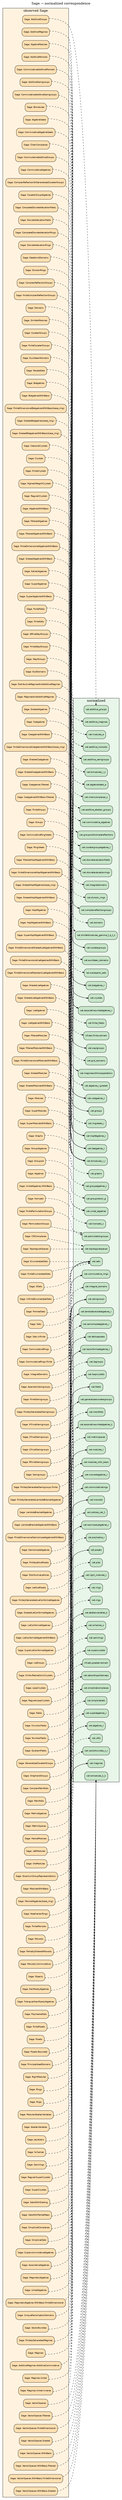
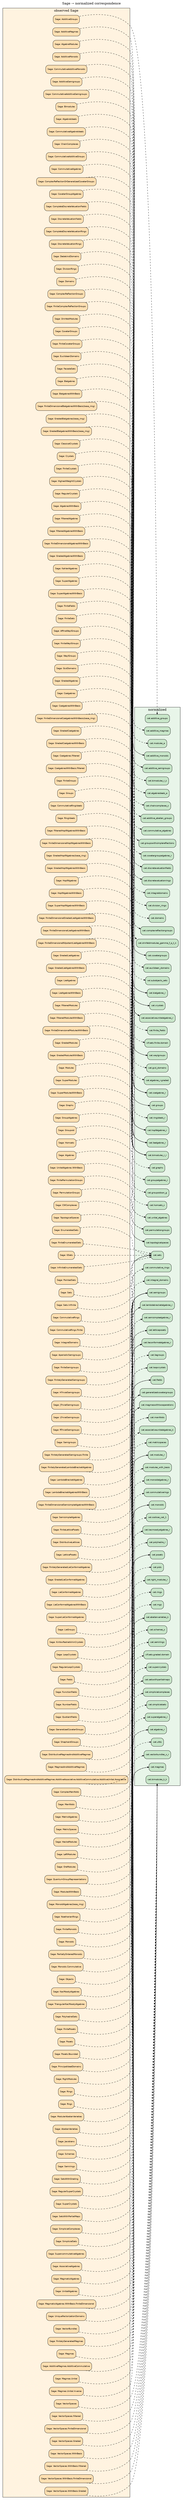
// GENERATED from observed + mapping + normalized ids
digraph SageToNormalized {
  graph [rankdir=LR, labelloc=t, label="Sage → normalized correspondence"];
  node [shape=box, style="rounded,filled", fontname="Helvetica", fontsize=9];
  edge [arrowsize=0.65];

  subgraph cluster_sage {
    label="observed Sage";
    style=filled; fillcolor="#fff3e0";
    "sage.category.additive_groups_additivegroups" [label="Sage: AdditiveGroups", kind="sage_category", fillcolor="#ffe0b2"];
    "sage.category.additive_magmas_additivemagmas" [label="Sage: AdditiveMagmas", kind="sage_category", fillcolor="#ffe0b2"];
    "sage.category.additive_monoids_additivemonoids" [label="Sage: AdditiveMonoids", kind="sage_category", fillcolor="#ffe0b2"];
    "sage.category.additive_semigroups_additivesemigroups" [label="Sage: AdditiveSemigroups", kind="sage_category", fillcolor="#ffe0b2"];
    "sage.category.affine_weyl_groups_affineweylgroups" [label="Sage: AffineWeylGroups", kind="sage_category", fillcolor="#ffe0b2"];
    "sage.category.algebra_ideals_algebraideals" [label="Sage: AlgebraIdeals", kind="sage_category", fillcolor="#ffe0b2"];
    "sage.category.algebra_modules_algebramodules" [label="Sage: AlgebraModules", kind="sage_category", fillcolor="#ffe0b2"];
    "sage.category.algebras_algebras" [label="Sage: Algebras", kind="sage_category", fillcolor="#ffe0b2"];
    "sage.category.algebras_with_basis_algebraswithbasis" [label="Sage: AlgebrasWithBasis", kind="sage_category", fillcolor="#ffe0b2"];
    "sage.category.aperiodic_semigroups_aperiodicsemigroups" [label="Sage: AperiodicSemigroups", kind="sage_category", fillcolor="#ffe0b2"];
    "sage.category.associative_algebras_associativealgebras" [label="Sage: AssociativeAlgebras", kind="sage_category", fillcolor="#ffe0b2"];
    "sage.category.bialgebras_bialgebras" [label="Sage: Bialgebras", kind="sage_category", fillcolor="#ffe0b2"];
    "sage.category.bialgebras_with_basis_bialgebraswithbasis" [label="Sage: BialgebrasWithBasis", kind="sage_category", fillcolor="#ffe0b2"];
    "sage.category.bimodules_bimodules" [label="Sage: Bimodules", kind="sage_category", fillcolor="#ffe0b2"];
    "sage.category.chain_complexes_chaincomplexes" [label="Sage: ChainComplexes", kind="sage_category", fillcolor="#ffe0b2"];
    "sage.category.classical_crystals_classicalcrystals" [label="Sage: ClassicalCrystals", kind="sage_category", fillcolor="#ffe0b2"];
    "sage.category.coalgebras_coalgebras" [label="Sage: Coalgebras", kind="sage_category", fillcolor="#ffe0b2"];
    "sage.category.coalgebras_with_basis_coalgebraswithbasis" [label="Sage: CoalgebrasWithBasis", kind="sage_category", fillcolor="#ffe0b2"];
    "sage.category.commutative_additive_groups_commutativeadditivegroups" [label="Sage: CommutativeAdditiveGroups", kind="sage_category", fillcolor="#ffe0b2"];
    "sage.category.commutative_additive_monoids_commutativeadditivemonoids" [label="Sage: CommutativeAdditiveMonoids", kind="sage_category", fillcolor="#ffe0b2"];
    "sage.category.commutative_additive_semigroups_commutativeadditivesemigroups" [label="Sage: CommutativeAdditiveSemigroups", kind="sage_category", fillcolor="#ffe0b2"];
    "sage.category.commutative_algebra_ideals_commutativealgebraideals" [label="Sage: CommutativeAlgebraIdeals", kind="sage_category", fillcolor="#ffe0b2"];
    "sage.category.commutative_algebras_commutativealgebras" [label="Sage: CommutativeAlgebras", kind="sage_category", fillcolor="#ffe0b2"];
    "sage.category.commutative_ring_ideals_commutativeringideals" [label="Sage: CommutativeRingIdeals", kind="sage_category", fillcolor="#ffe0b2"];
    "sage.category.commutative_rings_commutativerings" [label="Sage: CommutativeRings", kind="sage_category", fillcolor="#ffe0b2"];
    "sage.category.complete_discrete_valuation_completediscretevaluationfields" [label="Sage: CompleteDiscreteValuationFields", kind="sage_category", fillcolor="#ffe0b2"];
    "sage.category.complete_discrete_valuation_completediscretevaluationrings" [label="Sage: CompleteDiscreteValuationRings", kind="sage_category", fillcolor="#ffe0b2"];
    "sage.category.complex_reflection_groups_complexreflectiongroups" [label="Sage: ComplexReflectionGroups", kind="sage_category", fillcolor="#ffe0b2"];
    "sage.category.complex_reflection_or_generalized_coxeter_groups_complexreflectionorgeneralizedcoxetergroups" [label="Sage: ComplexReflectionOrGeneralizedCoxeterGroups", kind="sage_category", fillcolor="#ffe0b2"];
    "sage.category.coxeter_group_algebras_coxetergroupalgebras" [label="Sage: CoxeterGroupAlgebras", kind="sage_category", fillcolor="#ffe0b2"];
    "sage.category.coxeter_groups_coxetergroups" [label="Sage: CoxeterGroups", kind="sage_category", fillcolor="#ffe0b2"];
    "sage.category.crystals_crystals" [label="Sage: Crystals", kind="sage_category", fillcolor="#ffe0b2"];
    "sage.category.cw_complexes_cwcomplexes" [label="Sage: CWComplexes", kind="sage_category", fillcolor="#ffe0b2"];
    "sage.category.dedekind_domains_dedekinddomains" [label="Sage: DedekindDomains", kind="sage_category", fillcolor="#ffe0b2"];
    "sage.category.discrete_valuation_discretevaluationfields" [label="Sage: DiscreteValuationFields", kind="sage_category", fillcolor="#ffe0b2"];
    "sage.category.discrete_valuation_discretevaluationrings" [label="Sage: DiscreteValuationRings", kind="sage_category", fillcolor="#ffe0b2"];
    "sage.category.distributive_magmas_and_additive_magmas_distributivemagmasandadditivemagmas" [label="Sage: DistributiveMagmasAndAdditiveMagmas", kind="sage_category", fillcolor="#ffe0b2"];
    "sage.category.division_rings_divisionrings" [label="Sage: DivisionRings", kind="sage_category", fillcolor="#ffe0b2"];
    "sage.category.domains_domains" [label="Sage: Domains", kind="sage_category", fillcolor="#ffe0b2"];
    "sage.category.drinfeld_modules_drinfeldmodules" [label="Sage: DrinfeldModules", kind="sage_category", fillcolor="#ffe0b2"];
    "sage.category.enumerated_sets_enumeratedsets" [label="Sage: EnumeratedSets", kind="sage_category", fillcolor="#ffe0b2"];
    "sage.category.euclidean_domains_euclideandomains" [label="Sage: EuclideanDomains", kind="sage_category", fillcolor="#ffe0b2"];
    "sage.category.facade_sets_facadesets" [label="Sage: FacadeSets", kind="sage_category", fillcolor="#ffe0b2"];
    "sage.category.fields_fields" [label="Sage: Fields", kind="sage_category", fillcolor="#ffe0b2"];
    "sage.category.filtered_algebras_filteredalgebras" [label="Sage: FilteredAlgebras", kind="sage_category", fillcolor="#ffe0b2"];
    "sage.category.filtered_algebras_with_basis_filteredalgebraswithbasis" [label="Sage: FilteredAlgebrasWithBasis", kind="sage_category", fillcolor="#ffe0b2"];
    "sage.category.filtered_hopf_algebras_with_basis_filteredhopfalgebraswithbasis" [label="Sage: FilteredHopfAlgebrasWithBasis", kind="sage_category", fillcolor="#ffe0b2"];
    "sage.category.filtered_modules_filteredmodules" [label="Sage: FilteredModules", kind="sage_category", fillcolor="#ffe0b2"];
    "sage.category.filtered_modules_with_basis_filteredmoduleswithbasis" [label="Sage: FilteredModulesWithBasis", kind="sage_category", fillcolor="#ffe0b2"];
    "sage.category.finite_complex_reflection_groups_finitecomplexreflectiongroups" [label="Sage: FiniteComplexReflectionGroups", kind="sage_category", fillcolor="#ffe0b2"];
    "sage.category.finite_coxeter_groups_finitecoxetergroups" [label="Sage: FiniteCoxeterGroups", kind="sage_category", fillcolor="#ffe0b2"];
    "sage.category.finite_crystals_finitecrystals" [label="Sage: FiniteCrystals", kind="sage_category", fillcolor="#ffe0b2"];
    "sage.category.finite_dimensional_algebras_with_basis_finitedimensionalalgebraswithbasis" [label="Sage: FiniteDimensionalAlgebrasWithBasis", kind="sage_category", fillcolor="#ffe0b2"];
    "sage.category.finite_dimensional_bialgebras_with_basis_finitedimensionalbialgebraswithbasis" [label="Sage: FiniteDimensionalBialgebrasWithBasis(base_ring)", kind="sage_category", fillcolor="#ffe0b2"];
    "sage.category.finite_dimensional_coalgebras_with_basis_finitedimensionalcoalgebraswithbasis" [label="Sage: FiniteDimensionalCoalgebrasWithBasis(base_ring)", kind="sage_category", fillcolor="#ffe0b2"];
    "sage.category.finite_dimensional_graded_lie_algebras_with_basis_finitedimensionalgradedliealgebraswithbasis" [label="Sage: FiniteDimensionalGradedLieAlgebrasWithBasis", kind="sage_category", fillcolor="#ffe0b2"];
    "sage.category.finite_dimensional_hopf_algebras_with_basis_finitedimensionalhopfalgebraswithbasis" [label="Sage: FiniteDimensionalHopfAlgebrasWithBasis", kind="sage_category", fillcolor="#ffe0b2"];
    "sage.category.finite_dimensional_lie_algebras_with_basis_finitedimensionalliealgebraswithbasis" [label="Sage: FiniteDimensionalLieAlgebrasWithBasis", kind="sage_category", fillcolor="#ffe0b2"];
    "sage.category.finite_dimensional_modules_with_basis_finitedimensionalmoduleswithbasis" [label="Sage: FiniteDimensionalModulesWithBasis", kind="sage_category", fillcolor="#ffe0b2"];
    "sage.category.finite_dimensional_nilpotent_lie_algebras_with_basis_finitedimensionalnilpotentliealgebraswithbasis" [label="Sage: FiniteDimensionalNilpotentLieAlgebrasWithBasis", kind="sage_category", fillcolor="#ffe0b2"];
    "sage.category.finite_dimensional_semisimple_algebras_with_basis_finitedimensionalsemisimplealgebraswithbasis" [label="Sage: FiniteDimensionalSemisimpleAlgebrasWithBasis", kind="sage_category", fillcolor="#ffe0b2"];
    "sage.category.finite_enumerated_sets_finiteenumeratedsets" [label="Sage: FiniteEnumeratedSets", kind="sage_category", fillcolor="#ffe0b2"];
    "sage.category.finite_fields_finitefields" [label="Sage: FiniteFields", kind="sage_category", fillcolor="#ffe0b2"];
    "sage.category.finite_groups_finitegroups" [label="Sage: FiniteGroups", kind="sage_category", fillcolor="#ffe0b2"];
    "sage.category.finite_lattice_posets_finitelatticeposets" [label="Sage: FiniteLatticePosets", kind="sage_category", fillcolor="#ffe0b2"];
    "sage.category.finite_monoids_finitemonoids" [label="Sage: FiniteMonoids", kind="sage_category", fillcolor="#ffe0b2"];
    "sage.category.finite_permutation_groups_finitepermutationgroups" [label="Sage: FinitePermutationGroups", kind="sage_category", fillcolor="#ffe0b2"];
    "sage.category.finite_posets_finiteposets" [label="Sage: FinitePosets", kind="sage_category", fillcolor="#ffe0b2"];
    "sage.category.finite_semigroups_finitesemigroups" [label="Sage: FiniteSemigroups", kind="sage_category", fillcolor="#ffe0b2"];
    "sage.category.finite_sets_finitesets" [label="Sage: FiniteSets", kind="sage_category", fillcolor="#ffe0b2"];
    "sage.category.finite_weyl_groups_finiteweylgroups" [label="Sage: FiniteWeylGroups", kind="sage_category", fillcolor="#ffe0b2"];
    "sage.category.finitely_generated_lambda_bracket_algebras_finitelygeneratedlambdabracketalgebras" [label="Sage: FinitelyGeneratedLambdaBracketAlgebras", kind="sage_category", fillcolor="#ffe0b2"];
    "sage.category.finitely_generated_lie_conformal_algebras_finitelygeneratedlieconformalalgebras" [label="Sage: FinitelyGeneratedLieConformalAlgebras", kind="sage_category", fillcolor="#ffe0b2"];
    "sage.category.finitely_generated_magmas_finitelygeneratedmagmas" [label="Sage: FinitelyGeneratedMagmas", kind="sage_category", fillcolor="#ffe0b2"];
    "sage.category.finitely_generated_semigroups_finitelygeneratedsemigroups" [label="Sage: FinitelyGeneratedSemigroups", kind="sage_category", fillcolor="#ffe0b2"];
    "sage.category.function_fields_functionfields" [label="Sage: FunctionFields", kind="sage_category", fillcolor="#ffe0b2"];
    "sage.category.g_sets_gsets" [label="Sage: GSets", kind="sage_category", fillcolor="#ffe0b2"];
    "sage.category.gcd_domains_gcddomains" [label="Sage: GcdDomains", kind="sage_category", fillcolor="#ffe0b2"];
    "sage.category.generalized_coxeter_groups_generalizedcoxetergroups" [label="Sage: GeneralizedCoxeterGroups", kind="sage_category", fillcolor="#ffe0b2"];
    "sage.category.graded_algebras_gradedalgebras" [label="Sage: GradedAlgebras", kind="sage_category", fillcolor="#ffe0b2"];
    "sage.category.graded_algebras_with_basis_gradedalgebraswithbasis" [label="Sage: GradedAlgebrasWithBasis", kind="sage_category", fillcolor="#ffe0b2"];
    "sage.category.graded_bialgebras_gradedbialgebras" [label="Sage: GradedBialgebras(base_ring)", kind="sage_category", fillcolor="#ffe0b2"];
    "sage.category.graded_bialgebras_with_basis_gradedbialgebraswithbasis" [label="Sage: GradedBialgebrasWithBasis(base_ring)", kind="sage_category", fillcolor="#ffe0b2"];
    "sage.category.graded_coalgebras_gradedcoalgebras" [label="Sage: GradedCoalgebras", kind="sage_category", fillcolor="#ffe0b2"];
    "sage.category.graded_coalgebras_with_basis_gradedcoalgebraswithbasis" [label="Sage: GradedCoalgebrasWithBasis", kind="sage_category", fillcolor="#ffe0b2"];
    "sage.category.graded_hopf_algebras_gradedhopfalgebras" [label="Sage: GradedHopfAlgebras(base_ring)", kind="sage_category", fillcolor="#ffe0b2"];
    "sage.category.graded_hopf_algebras_with_basis_gradedhopfalgebraswithbasis" [label="Sage: GradedHopfAlgebrasWithBasis", kind="sage_category", fillcolor="#ffe0b2"];
    "sage.category.graded_lie_algebras_gradedliealgebras" [label="Sage: GradedLieAlgebras", kind="sage_category", fillcolor="#ffe0b2"];
    "sage.category.graded_lie_algebras_with_basis_gradedliealgebraswithbasis" [label="Sage: GradedLieAlgebrasWithBasis", kind="sage_category", fillcolor="#ffe0b2"];
    "sage.category.graded_lie_conformal_algebras_gradedlieconformalalgebras" [label="Sage: GradedLieConformalAlgebras", kind="sage_category", fillcolor="#ffe0b2"];
    "sage.category.graded_modules_gradedmodules" [label="Sage: GradedModules", kind="sage_category", fillcolor="#ffe0b2"];
    "sage.category.graded_modules_with_basis_gradedmoduleswithbasis" [label="Sage: GradedModulesWithBasis", kind="sage_category", fillcolor="#ffe0b2"];
    "sage.category.graphs_graphs" [label="Sage: Graphs", kind="sage_category", fillcolor="#ffe0b2"];
    "sage.category.group_algebras_groupalgebras" [label="Sage: GroupAlgebras", kind="sage_category", fillcolor="#ffe0b2"];
    "sage.category.groupoid_groupoid" [label="Sage: Groupoid", kind="sage_category", fillcolor="#ffe0b2"];
    "sage.category.groups_groups" [label="Sage: Groups", kind="sage_category", fillcolor="#ffe0b2"];
    "sage.category.h_trivial_semigroups_htrivialsemigroups" [label="Sage: HTrivialSemigroups", kind="sage_category", fillcolor="#ffe0b2"];
    "sage.category.hecke_modules_heckemodules" [label="Sage: HeckeModules", kind="sage_category", fillcolor="#ffe0b2"];
    "sage.category.highest_weight_crystals_highestweightcrystals" [label="Sage: HighestWeightCrystals", kind="sage_category", fillcolor="#ffe0b2"];
    "sage.category.homsets_homsets" [label="Sage: Homsets", kind="sage_category", fillcolor="#ffe0b2"];
    "sage.category.hopf_algebras_hopfalgebras" [label="Sage: HopfAlgebras", kind="sage_category", fillcolor="#ffe0b2"];
    "sage.category.hopf_algebras_with_basis_hopfalgebraswithbasis" [label="Sage: HopfAlgebrasWithBasis", kind="sage_category", fillcolor="#ffe0b2"];
    "sage.category.infinite_enumerated_sets_infiniteenumeratedsets" [label="Sage: InfiniteEnumeratedSets", kind="sage_category", fillcolor="#ffe0b2"];
    "sage.category.integral_domains_integraldomains" [label="Sage: IntegralDomains", kind="sage_category", fillcolor="#ffe0b2"];
    "sage.category.j_trivial_semigroups_jtrivialsemigroups" [label="Sage: JTrivialSemigroups", kind="sage_category", fillcolor="#ffe0b2"];
    "sage.category.kac_moody_algebras_kacmoodyalgebras" [label="Sage: KacMoodyAlgebras", kind="sage_category", fillcolor="#ffe0b2"];
    "sage.category.kahler_algebras_kahleralgebras" [label="Sage: KahlerAlgebras", kind="sage_category", fillcolor="#ffe0b2"];
    "sage.category.l_trivial_semigroups_ltrivialsemigroups" [label="Sage: LTrivialSemigroups", kind="sage_category", fillcolor="#ffe0b2"];
    "sage.category.lambda_bracket_algebras_lambdabracketalgebras" [label="Sage: LambdaBracketAlgebras", kind="sage_category", fillcolor="#ffe0b2"];
    "sage.category.lambda_bracket_algebras_with_basis_lambdabracketalgebraswithbasis" [label="Sage: LambdaBracketAlgebrasWithBasis", kind="sage_category", fillcolor="#ffe0b2"];
    "sage.category.lattice_posets_distributivelattices" [label="Sage: DistributiveLattices", kind="sage_category", fillcolor="#ffe0b2"];
    "sage.category.lattice_posets_latticeposets" [label="Sage: LatticePosets", kind="sage_category", fillcolor="#ffe0b2"];
    "sage.category.left_modules_leftmodules" [label="Sage: LeftModules", kind="sage_category", fillcolor="#ffe0b2"];
    "sage.category.lie_algebras_liealgebras" [label="Sage: LieAlgebras", kind="sage_category", fillcolor="#ffe0b2"];
    "sage.category.lie_algebras_with_basis_liealgebraswithbasis" [label="Sage: LieAlgebrasWithBasis", kind="sage_category", fillcolor="#ffe0b2"];
    "sage.category.lie_conformal_algebras_lieconformalalgebras" [label="Sage: LieConformalAlgebras", kind="sage_category", fillcolor="#ffe0b2"];
    "sage.category.lie_conformal_algebras_with_basis_lieconformalalgebraswithbasis" [label="Sage: LieConformalAlgebrasWithBasis", kind="sage_category", fillcolor="#ffe0b2"];
    "sage.category.lie_groups_liegroups" [label="Sage: LieGroups", kind="sage_category", fillcolor="#ffe0b2"];
    "sage.category.loop_crystals_kirillovreshetikhincrystals" [label="Sage: KirillovReshetikhinCrystals", kind="sage_category", fillcolor="#ffe0b2"];
    "sage.category.loop_crystals_loopcrystals" [label="Sage: LoopCrystals", kind="sage_category", fillcolor="#ffe0b2"];
    "sage.category.loop_crystals_regularloopcrystals" [label="Sage: RegularLoopCrystals", kind="sage_category", fillcolor="#ffe0b2"];
    "sage.category.magmas_and_additive_magmas_magmasandadditivemagmas" [label="Sage: MagmasAndAdditiveMagmas", kind="sage_category", fillcolor="#ffe0b2"];
    "sage.category.magmas_magmas" [label="Sage: Magmas", kind="sage_category", fillcolor="#ffe0b2"];
    "sage.category.magmatic_algebras_magmaticalgebras" [label="Sage: MagmaticAlgebras", kind="sage_category", fillcolor="#ffe0b2"];
    "sage.category.manifolds_complexmanifolds" [label="Sage: ComplexManifolds", kind="sage_category", fillcolor="#ffe0b2"];
    "sage.category.manifolds_manifolds" [label="Sage: Manifolds", kind="sage_category", fillcolor="#ffe0b2"];
    "sage.category.matrix_algebras_matrixalgebras" [label="Sage: MatrixAlgebras", kind="sage_category", fillcolor="#ffe0b2"];
    "sage.category.metric_spaces_metricspaces" [label="Sage: MetricSpaces", kind="sage_category", fillcolor="#ffe0b2"];
    "sage.category.modular_abelian_varieties_modularabelianvarieties" [label="Sage: ModularAbelianVarieties", kind="sage_category", fillcolor="#ffe0b2"];
    "sage.category.modules_modules" [label="Sage: Modules", kind="sage_category", fillcolor="#ffe0b2"];
    "sage.category.modules_with_basis_moduleswithbasis" [label="Sage: ModulesWithBasis", kind="sage_category", fillcolor="#ffe0b2"];
    "sage.category.monoid_algebras_monoidalgebras" [label="Sage: MonoidAlgebras(base_ring)", kind="sage_category", fillcolor="#ffe0b2"];
    "sage.category.monoids_monoids" [label="Sage: Monoids", kind="sage_category", fillcolor="#ffe0b2"];
    "sage.category.noetherian_rings_noetherianrings" [label="Sage: NoetherianRings", kind="sage_category", fillcolor="#ffe0b2"];
    "sage.category.number_fields_numberfields" [label="Sage: NumberFields", kind="sage_category", fillcolor="#ffe0b2"];
    "sage.category.objects_objects" [label="Sage: Objects", kind="sage_category", fillcolor="#ffe0b2"];
    "sage.category.ore_modules_oremodules" [label="Sage: OreModules", kind="sage_category", fillcolor="#ffe0b2"];
    "sage.category.partially_ordered_monoids_partiallyorderedmonoids" [label="Sage: PartiallyOrderedMonoids", kind="sage_category", fillcolor="#ffe0b2"];
    "sage.category.permutation_groups_permutationgroups" [label="Sage: PermutationGroups", kind="sage_category", fillcolor="#ffe0b2"];
    "sage.category.pointed_sets_pointedsets" [label="Sage: PointedSets", kind="sage_category", fillcolor="#ffe0b2"];
    "sage.category.polyhedra_polyhedralsets" [label="Sage: PolyhedralSets", kind="sage_category", fillcolor="#ffe0b2"];
    "sage.category.posets_posets" [label="Sage: Posets", kind="sage_category", fillcolor="#ffe0b2"];
    "sage.category.principal_ideal_domains_principalidealdomains" [label="Sage: PrincipalIdealDomains", kind="sage_category", fillcolor="#ffe0b2"];
    "sage.category.quantum_group_representations_quantumgrouprepresentations" [label="Sage: QuantumGroupRepresentations", kind="sage_category", fillcolor="#ffe0b2"];
    "sage.category.quotient_fields_quotientfields" [label="Sage: QuotientFields", kind="sage_category", fillcolor="#ffe0b2"];
    "sage.category.r_trivial_semigroups_rtrivialsemigroups" [label="Sage: RTrivialSemigroups", kind="sage_category", fillcolor="#ffe0b2"];
    "sage.category.regular_crystals_regularcrystals" [label="Sage: RegularCrystals", kind="sage_category", fillcolor="#ffe0b2"];
    "sage.category.regular_supercrystals_regularsupercrystals" [label="Sage: RegularSuperCrystals", kind="sage_category", fillcolor="#ffe0b2"];
    "sage.category.right_modules_rightmodules" [label="Sage: RightModules", kind="sage_category", fillcolor="#ffe0b2"];
    "sage.category.ring_ideals_ringideals" [label="Sage: RingIdeals", kind="sage_category", fillcolor="#ffe0b2"];
    "sage.category.rings_rings" [label="Sage: Rings", kind="sage_category", fillcolor="#ffe0b2"];
    "sage.category.rngs_rngs" [label="Sage: Rngs", kind="sage_category", fillcolor="#ffe0b2"];
    "sage.category.schemes_abelianvarieties" [label="Sage: AbelianVarieties", kind="sage_category", fillcolor="#ffe0b2"];
    "sage.category.schemes_jacobians" [label="Sage: Jacobians", kind="sage_category", fillcolor="#ffe0b2"];
    "sage.category.schemes_schemes" [label="Sage: Schemes", kind="sage_category", fillcolor="#ffe0b2"];
    "sage.category.semigroups_semigroups" [label="Sage: Semigroups", kind="sage_category", fillcolor="#ffe0b2"];
    "sage.category.semirings_semirings" [label="Sage: Semirings", kind="sage_category", fillcolor="#ffe0b2"];
    "sage.category.semisimple_algebras_semisimplealgebras" [label="Sage: SemisimpleAlgebras", kind="sage_category", fillcolor="#ffe0b2"];
    "sage.category.sets_cat_sets" [label="Sage: Sets", kind="sage_category", fillcolor="#ffe0b2"];
    "sage.category.sets_with_grading_setswithgrading" [label="Sage: SetsWithGrading", kind="sage_category", fillcolor="#ffe0b2"];
    "sage.category.sets_with_partial_maps_setswithpartialmaps" [label="Sage: SetsWithPartialMaps", kind="sage_category", fillcolor="#ffe0b2"];
    "sage.category.shephard_groups_shephardgroups" [label="Sage: ShephardGroups", kind="sage_category", fillcolor="#ffe0b2"];
    "sage.category.simplicial_complexes_simplicialcomplexes" [label="Sage: SimplicialComplexes", kind="sage_category", fillcolor="#ffe0b2"];
    "sage.category.simplicial_sets_simplicialsets" [label="Sage: SimplicialSets", kind="sage_category", fillcolor="#ffe0b2"];
    "sage.category.super_algebras_superalgebras" [label="Sage: SuperAlgebras", kind="sage_category", fillcolor="#ffe0b2"];
    "sage.category.super_algebras_with_basis_superalgebraswithbasis" [label="Sage: SuperAlgebrasWithBasis", kind="sage_category", fillcolor="#ffe0b2"];
    "sage.category.super_hopf_algebras_with_basis_superhopfalgebraswithbasis" [label="Sage: SuperHopfAlgebrasWithBasis", kind="sage_category", fillcolor="#ffe0b2"];
    "sage.category.super_lie_conformal_algebras_superlieconformalalgebras" [label="Sage: SuperLieConformalAlgebras", kind="sage_category", fillcolor="#ffe0b2"];
    "sage.category.super_modules_supermodules" [label="Sage: SuperModules", kind="sage_category", fillcolor="#ffe0b2"];
    "sage.category.super_modules_with_basis_supermoduleswithbasis" [label="Sage: SuperModulesWithBasis", kind="sage_category", fillcolor="#ffe0b2"];
    "sage.category.supercommutative_algebras_supercommutativealgebras" [label="Sage: SupercommutativeAlgebras", kind="sage_category", fillcolor="#ffe0b2"];
    "sage.category.supercrystals_supercrystals" [label="Sage: SuperCrystals", kind="sage_category", fillcolor="#ffe0b2"];
    "sage.category.topological_spaces_topologicalspaces" [label="Sage: TopologicalSpaces", kind="sage_category", fillcolor="#ffe0b2"];
    "sage.category.triangular_kac_moody_algebras_triangularkacmoodyalgebras" [label="Sage: TriangularKacMoodyAlgebras", kind="sage_category", fillcolor="#ffe0b2"];
    "sage.category.unique_factorization_domains_uniquefactorizationdomains" [label="Sage: UniqueFactorizationDomains", kind="sage_category", fillcolor="#ffe0b2"];
    "sage.category.unital_algebras_unitalalgebras" [label="Sage: UnitalAlgebras", kind="sage_category", fillcolor="#ffe0b2"];
    "sage.category.vector_bundles_vectorbundles" [label="Sage: VectorBundles", kind="sage_category", fillcolor="#ffe0b2"];
    "sage.category.vector_spaces_vectorspaces" [label="Sage: VectorSpaces", kind="sage_category", fillcolor="#ffe0b2"];
    "sage.category.weyl_groups_weylgroups" [label="Sage: WeylGroups", kind="sage_category", fillcolor="#ffe0b2"];
    "sage.category.with_axiom.additivemagmas.additivecommutative" [label="Sage: AdditiveMagmas.AdditiveCommutative", kind="sage_category", fillcolor="#ffe0b2"];
    "sage.category.with_axiom.coalgebras.filtered" [label="Sage: Coalgebras.Filtered", kind="sage_category", fillcolor="#ffe0b2"];
    "sage.category.with_axiom.coalgebraswithbasis.filtered" [label="Sage: CoalgebrasWithBasis.Filtered", kind="sage_category", fillcolor="#ffe0b2"];
    "sage.category.with_axiom.commutativerings.finite" [label="Sage: CommutativeRings.Finite", kind="sage_category", fillcolor="#ffe0b2"];
+     "sage.category.with_axiom.distributivemagmasandadditivemagmas.additiveassociative.additivecommutative.additiveunital.associative" [label="Sage: DistributiveMagmasAndAdditiveMagmas.AdditiveAssociative.AdditiveCommutative.AdditiveUnital.Associative", kind="sage_category", fillcolor="#ffe0b2"];
    "sage.category.with_axiom.finitelygeneratedsemigroups.finite" [label="Sage: FinitelyGeneratedSemigroups.Finite", kind="sage_category", fillcolor="#ffe0b2"];
    "sage.category.with_axiom.magmas.unital" [label="Sage: Magmas.Unital", kind="sage_category", fillcolor="#ffe0b2"];
    "sage.category.with_axiom.magmas.unital.inverse" [label="Sage: Magmas.Unital.Inverse", kind="sage_category", fillcolor="#ffe0b2"];
    "sage.category.with_axiom.magmaticalgebras.withbasis.finitedimensional" [label="Sage: MagmaticAlgebras.WithBasis.FiniteDimensional", kind="sage_category", fillcolor="#ffe0b2"];
    "sage.category.with_axiom.monoids.commutative" [label="Sage: Monoids.Commutative", kind="sage_category", fillcolor="#ffe0b2"];
    "sage.category.with_axiom.posets.bounded" [label="Sage: Posets.Bounded", kind="sage_category", fillcolor="#ffe0b2"];
    "sage.category.with_axiom.sets.infinite" [label="Sage: Sets.Infinite", kind="sage_category", fillcolor="#ffe0b2"];
    "sage.category.with_axiom.unitalalgebras.withbasis" [label="Sage: UnitalAlgebras.WithBasis", kind="sage_category", fillcolor="#ffe0b2"];
    "sage.category.with_axiom.vectorspaces.filtered" [label="Sage: VectorSpaces.Filtered", kind="sage_category", fillcolor="#ffe0b2"];
    "sage.category.with_axiom.vectorspaces.finitedimensional" [label="Sage: VectorSpaces.FiniteDimensional", kind="sage_category", fillcolor="#ffe0b2"];
    "sage.category.with_axiom.vectorspaces.graded" [label="Sage: VectorSpaces.Graded", kind="sage_category", fillcolor="#ffe0b2"];
    "sage.category.with_axiom.vectorspaces.withbasis" [label="Sage: VectorSpaces.WithBasis", kind="sage_category", fillcolor="#ffe0b2"];
    "sage.category.with_axiom.vectorspaces.withbasis.filtered" [label="Sage: VectorSpaces.WithBasis.Filtered", kind="sage_category", fillcolor="#ffe0b2"];
    "sage.category.with_axiom.vectorspaces.withbasis.finitedimensional" [label="Sage: VectorSpaces.WithBasis.FiniteDimensional", kind="sage_category", fillcolor="#ffe0b2"];
    "sage.category.with_axiom.vectorspaces.withbasis.graded" [label="Sage: VectorSpaces.WithBasis.Graded", kind="sage_category", fillcolor="#ffe0b2"];
  }

  subgraph cluster_norm {
    label="normalized";
    style=filled; fillcolor="#e8f5e9";
    "cat.abelianvarieties_k" [label="cat.abelianvarieties_k", kind="normalized", fillcolor="#c8e6c9"];
    "cat.additive_abelian_groups" [label="cat.additive_abelian_groups", kind="normalized", fillcolor="#c8e6c9"];
    "cat.additive_groups" [label="cat.additive_groups", kind="normalized", fillcolor="#c8e6c9"];
    "cat.additive_magmas" [label="cat.additive_magmas", kind="normalized", fillcolor="#c8e6c9"];
    "cat.additive_monoids" [label="cat.additive_monoids", kind="normalized", fillcolor="#c8e6c9"];
    "cat.additive_semigroups" [label="cat.additive_semigroups", kind="normalized", fillcolor="#c8e6c9"];
    "cat.algebraideals_a" [label="cat.algebraideals_a", kind="normalized", fillcolor="#c8e6c9"];
    "cat.algebras_r" [label="cat.algebras_r", kind="normalized", fillcolor="#c8e6c9"];
    "cat.algebras_r.graded" [label="cat.algebras_r.graded", kind="normalized", fillcolor="#c8e6c9"];
    "cat.associativeunitalalgebras_k" [label="cat.associativeunitalalgebras_k", kind="normalized", fillcolor="#c8e6c9"];
    "cat.associativeunitalalgebras_r" [label="cat.associativeunitalalgebras_r", kind="normalized", fillcolor="#c8e6c9"];
    "cat.bialgebras_r" [label="cat.bialgebras_r", kind="normalized", fillcolor="#c8e6c9"];
    "cat.bimodules_k_k" [label="cat.bimodules_k_k", kind="normalized", fillcolor="#c8e6c9"];
    "cat.bimodules_r_r" [label="cat.bimodules_r_r", kind="normalized", fillcolor="#c8e6c9"];
    "cat.bimodules_r_s" [label="cat.bimodules_r_s", kind="normalized", fillcolor="#c8e6c9"];
    "cat.chaincomplexes_c" [label="cat.chaincomplexes_c", kind="normalized", fillcolor="#c8e6c9"];
    "cat.coalgebras_r" [label="cat.coalgebras_r", kind="normalized", fillcolor="#c8e6c9"];
    "cat.commutative_algebras" [label="cat.commutative_algebras", kind="normalized", fillcolor="#c8e6c9"];
    "cat.commutative_rings" [label="cat.commutative_rings", kind="normalized", fillcolor="#c8e6c9"];
    "cat.commutativerings" [label="cat.commutativerings", kind="normalized", fillcolor="#c8e6c9"];
    "cat.complexreflectiongroups" [label="cat.complexreflectiongroups", kind="normalized", fillcolor="#c8e6c9"];
    "cat.coxetergroupalgebras_r" [label="cat.coxetergroupalgebras_r", kind="normalized", fillcolor="#c8e6c9"];
    "cat.coxetergroups" [label="cat.coxetergroups", kind="normalized", fillcolor="#c8e6c9"];
    "cat.crystals" [label="cat.crystals", kind="normalized", fillcolor="#c8e6c9"];
    "cat.discretevaluationfields" [label="cat.discretevaluationfields", kind="normalized", fillcolor="#c8e6c9"];
    "cat.discretevaluationrings" [label="cat.discretevaluationrings", kind="normalized", fillcolor="#c8e6c9"];
    "cat.division_rings" [label="cat.division_rings", kind="normalized", fillcolor="#c8e6c9"];
    "cat.domains" [label="cat.domains", kind="normalized", fillcolor="#c8e6c9"];
    "cat.drinfeldmodules_gamma_f_q_t_k" [label="cat.drinfeldmodules_gamma_f_q_t_k", kind="normalized", fillcolor="#c8e6c9"];
    "cat.euclidean_domains" [label="cat.euclidean_domains", kind="normalized", fillcolor="#c8e6c9"];
    "cat.fields" [label="cat.fields", kind="normalized", fillcolor="#c8e6c9"];
    "cat.finite_fields" [label="cat.finite_fields", kind="normalized", fillcolor="#c8e6c9"];
    "cat.gcd_domains" [label="cat.gcd_domains", kind="normalized", fillcolor="#c8e6c9"];
    "cat.generalizedcoxetergroups" [label="cat.generalizedcoxetergroups", kind="normalized", fillcolor="#c8e6c9"];
    "cat.graphs" [label="cat.graphs", kind="normalized", fillcolor="#c8e6c9"];
    "cat.groupalgebras_r" [label="cat.groupalgebras_r", kind="normalized", fillcolor="#c8e6c9"];
    "cat.groupoidson_g" [label="cat.groupoidson_g", kind="normalized", fillcolor="#c8e6c9"];
    "cat.groups" [label="cat.groups", kind="normalized", fillcolor="#c8e6c9"];
    "cat.groupswithsimplereflections" [label="cat.groupswithsimplereflections", kind="normalized", fillcolor="#c8e6c9"];
    "cat.homsets_c" [label="cat.homsets_c", kind="normalized", fillcolor="#c8e6c9"];
    "cat.hopfalgebras_r" [label="cat.hopfalgebras_r", kind="normalized", fillcolor="#c8e6c9"];
    "cat.integral_domains" [label="cat.integral_domains", kind="normalized", fillcolor="#c8e6c9"];
    "cat.integraldomains" [label="cat.integraldomains", kind="normalized", fillcolor="#c8e6c9"];
    "cat.kacmoodyalgebras_r" [label="cat.kacmoodyalgebras_r", kind="normalized", fillcolor="#c8e6c9"];
    "cat.lambdabracketalgebras_r" [label="cat.lambdabracketalgebras_r", kind="normalized", fillcolor="#c8e6c9"];
    "cat.latticeposets" [label="cat.latticeposets", kind="normalized", fillcolor="#c8e6c9"];
    "cat.liealgebras_r" [label="cat.liealgebras_r", kind="normalized", fillcolor="#c8e6c9"];
    "cat.lieconformalalgebras_r" [label="cat.lieconformalalgebras_r", kind="normalized", fillcolor="#c8e6c9"];
    "cat.liegroups" [label="cat.liegroups", kind="normalized", fillcolor="#c8e6c9"];
    "cat.loopcrystals" [label="cat.loopcrystals", kind="normalized", fillcolor="#c8e6c9"];
    "cat.magmas" [label="cat.magmas", kind="normalized", fillcolor="#c8e6c9"];
    "cat.magmaswithtwooperations" [label="cat.magmaswithtwooperations", kind="normalized", fillcolor="#c8e6c9"];
    "cat.manifolds" [label="cat.manifolds", kind="normalized", fillcolor="#c8e6c9"];
    "cat.metricspaces" [label="cat.metricspaces", kind="normalized", fillcolor="#c8e6c9"];
    "cat.modules_a" [label="cat.modules_a", kind="normalized", fillcolor="#c8e6c9"];
    "cat.modules_r" [label="cat.modules_r", kind="normalized", fillcolor="#c8e6c9"];
    "cat.modules_with_basis" [label="cat.modules_with_basis", kind="normalized", fillcolor="#c8e6c9"];
    "cat.monoidalgebras_r" [label="cat.monoidalgebras_r", kind="normalized", fillcolor="#c8e6c9"];
    "cat.monoids" [label="cat.monoids", kind="normalized", fillcolor="#c8e6c9"];
    "cat.permutationgroups" [label="cat.permutationgroups", kind="normalized", fillcolor="#c8e6c9"];
    "cat.pids" [label="cat.pids", kind="normalized", fillcolor="#c8e6c9"];
    "cat.polyhedra_r" [label="cat.polyhedra_r", kind="normalized", fillcolor="#c8e6c9"];
    "cat.posets" [label="cat.posets", kind="normalized", fillcolor="#c8e6c9"];
    "cat.right_modules_r" [label="cat.right_modules_r", kind="normalized", fillcolor="#c8e6c9"];
    "cat.ringideals_r" [label="cat.ringideals_r", kind="normalized", fillcolor="#c8e6c9"];
    "cat.rings" [label="cat.rings", kind="normalized", fillcolor="#c8e6c9"];
    "cat.rngs" [label="cat.rngs", kind="normalized", fillcolor="#c8e6c9"];
    "cat.schemes_s" [label="cat.schemes_s", kind="normalized", fillcolor="#c8e6c9"];
    "cat.semigroups" [label="cat.semigroups", kind="normalized", fillcolor="#c8e6c9"];
    "cat.semirings" [label="cat.semirings", kind="normalized", fillcolor="#c8e6c9"];
    "cat.semisimplealgebras_r" [label="cat.semisimplealgebras_r", kind="normalized", fillcolor="#c8e6c9"];
    "cat.sets" [label="cat.sets", kind="normalized", fillcolor="#c8e6c9"];
    "cat.setswithpartialmaps" [label="cat.setswithpartialmaps", kind="normalized", fillcolor="#c8e6c9"];
    "cat.simplicialcomplexes" [label="cat.simplicialcomplexes", kind="normalized", fillcolor="#c8e6c9"];
    "cat.simplicialsets" [label="cat.simplicialsets", kind="normalized", fillcolor="#c8e6c9"];
    "cat.superalgebras_r" [label="cat.superalgebras_r", kind="normalized", fillcolor="#c8e6c9"];
    "cat.supercrystals" [label="cat.supercrystals", kind="normalized", fillcolor="#c8e6c9"];
    "cat.topologicalspaces" [label="cat.topologicalspaces", kind="normalized", fillcolor="#c8e6c9"];
    "cat.ufds" [label="cat.ufds", kind="normalized", fillcolor="#c8e6c9"];
    "cat.unital_algebras" [label="cat.unital_algebras", kind="normalized", fillcolor="#c8e6c9"];
    "cat.vectorbundles_x_r" [label="cat.vectorbundles_x_r", kind="normalized", fillcolor="#c8e6c9"];
    "cat.weylgroups" [label="cat.weylgroups", kind="normalized", fillcolor="#c8e6c9"];
    "clf.sets.finite.domain" [label="clf.sets.finite.domain", kind="normalized", fillcolor="#c8e6c9"];
    "clf.sets.graded.domain" [label="clf.sets.graded.domain", kind="normalized", fillcolor="#c8e6c9"];
    "val.coslices_cat_1" [label="val.coslices_cat_1", kind="normalized", fillcolor="#c8e6c9"];
    "val.subobjects_sets" [label="val.subobjects_sets", kind="normalized", fillcolor="#c8e6c9"];
  }

  "sage.category.finite_dimensional_bialgebras_with_basis_finitedimensionalbialgebraswithbasis" -> "cat.bialgebras_r" [kind="normalizes_to", mapping="constructible", style=dashed];
  "sage.category.finite_dimensional_coalgebras_with_basis_finitedimensionalcoalgebraswithbasis" -> "cat.coalgebras_r" [kind="normalizes_to", mapping="constructible", style=dashed];
  "sage.category.graded_bialgebras_gradedbialgebras" -> "cat.bialgebras_r" [kind="normalizes_to", mapping="constructible", style=dashed];
  "sage.category.graded_bialgebras_with_basis_gradedbialgebraswithbasis" -> "cat.bialgebras_r" [kind="normalizes_to", mapping="constructible", style=dashed];
  "sage.category.graded_hopf_algebras_gradedhopfalgebras" -> "cat.hopfalgebras_r" [kind="normalizes_to", mapping="constructible", style=dashed];
  "sage.category.monoid_algebras_monoidalgebras" -> "cat.monoidalgebras_r" [kind="normalizes_to", mapping="exact", style=dashed];
  "sage.category.schemes_abelianvarieties" -> "cat.abelianvarieties_k" [kind="normalizes_to", mapping="constructible", style=dashed];
  "sage.category.additive_groups_additivegroups" -> "cat.additive_groups" [kind="normalizes_to", mapping="exact", style=dashed];
  "sage.category.additive_magmas_additivemagmas" -> "cat.additive_magmas" [kind="normalizes_to", mapping="constructible", style=dashed];
  "sage.category.additive_monoids_additivemonoids" -> "cat.additive_monoids" [kind="normalizes_to", mapping="exact", style=dashed];
  "sage.category.additive_semigroups_additivesemigroups" -> "cat.additive_semigroups" [kind="normalizes_to", mapping="exact", style=dashed];
  "sage.category.affine_weyl_groups_affineweylgroups" -> "cat.weylgroups" [kind="normalizes_to", mapping="constructible", style=dashed];
  "sage.category.algebra_ideals_algebraideals" -> "cat.algebraideals_a" [kind="normalizes_to", mapping="exact", style=dashed];
  "sage.category.algebra_modules_algebramodules" -> "cat.modules_a" [kind="normalizes_to", mapping="presentation_alias", style=dashed];
  "sage.category.algebras_algebras" -> "cat.unital_algebras" [kind="normalizes_to", mapping="constructible", style=dashed];
  "sage.category.algebras_with_basis_algebraswithbasis" -> "cat.associativeunitalalgebras_r" [kind="normalizes_to", mapping="constructible", style=dashed];
  "sage.category.aperiodic_semigroups_aperiodicsemigroups" -> "cat.semigroups" [kind="normalizes_to", mapping="constructible", style=dashed];
  "sage.category.associative_algebras_associativealgebras" -> "cat.algebras_r" [kind="normalizes_to", mapping="constructible", style=dashed];
  "sage.category.bialgebras_bialgebras" -> "cat.bialgebras_r" [kind="normalizes_to", mapping="exact", style=dashed];
  "sage.category.bialgebras_with_basis_bialgebraswithbasis" -> "cat.bialgebras_r" [kind="normalizes_to", mapping="constructible", style=dashed];
  "sage.category.bimodules_bimodules" -> "cat.bimodules_r_s" [kind="normalizes_to", mapping="exact", style=dashed];
  "sage.category.chain_complexes_chaincomplexes" -> "cat.chaincomplexes_c" [kind="normalizes_to", mapping="exact", style=dashed];
  "sage.category.classical_crystals_classicalcrystals" -> "cat.crystals" [kind="normalizes_to", mapping="constructible", style=dashed];
  "sage.category.coalgebras_coalgebras" -> "cat.coalgebras_r" [kind="normalizes_to", mapping="exact", style=dashed];
  "sage.category.coalgebras_with_basis_coalgebraswithbasis" -> "cat.coalgebras_r" [kind="normalizes_to", mapping="constructible", style=dashed];
  "sage.category.commutative_additive_groups_commutativeadditivegroups" -> "cat.additive_abelian_groups" [kind="normalizes_to", mapping="exact", style=dashed];
  "sage.category.commutative_additive_monoids_commutativeadditivemonoids" -> "cat.additive_monoids" [kind="normalizes_to", mapping="constructible", style=dashed];
  "sage.category.commutative_additive_semigroups_commutativeadditivesemigroups" -> "cat.additive_semigroups" [kind="normalizes_to", mapping="constructible", style=dashed];
  "sage.category.commutative_algebra_ideals_commutativealgebraideals" -> "cat.algebraideals_a" [kind="normalizes_to", mapping="presentation_alias", style=dashed];
  "sage.category.commutative_algebras_commutativealgebras" -> "cat.commutative_algebras" [kind="normalizes_to", mapping="constructible", style=dashed];
  "sage.category.commutative_ring_ideals_commutativeringideals" -> "cat.ringideals_r" [kind="normalizes_to", mapping="presentation_alias", style=dashed];
  "sage.category.commutative_rings_commutativerings" -> "cat.commutative_rings" [kind="normalizes_to", mapping="constructible", style=dashed];
  "sage.category.complete_discrete_valuation_completediscretevaluationfields" -> "cat.discretevaluationfields" [kind="normalizes_to", mapping="constructible", style=dashed];
  "sage.category.complete_discrete_valuation_completediscretevaluationrings" -> "cat.discretevaluationrings" [kind="normalizes_to", mapping="constructible", style=dashed];
  "sage.category.complex_reflection_groups_complexreflectiongroups" -> "cat.complexreflectiongroups" [kind="normalizes_to", mapping="constructible", style=dashed];
  "sage.category.complex_reflection_or_generalized_coxeter_groups_complexreflectionorgeneralizedcoxetergroups" -> "cat.groupswithsimplereflections" [kind="normalizes_to", mapping="exact", style=dashed];
  "sage.category.coxeter_group_algebras_coxetergroupalgebras" -> "cat.coxetergroupalgebras_r" [kind="normalizes_to", mapping="exact", style=dashed];
  "sage.category.coxeter_groups_coxetergroups" -> "cat.coxetergroups" [kind="normalizes_to", mapping="constructible", style=dashed];
  "sage.category.crystals_crystals" -> "cat.crystals" [kind="normalizes_to", mapping="exact", style=dashed];
  "sage.category.cw_complexes_cwcomplexes" -> "cat.topologicalspaces" [kind="normalizes_to", mapping="constructible", style=dashed];
  "sage.category.dedekind_domains_dedekinddomains" -> "cat.integraldomains" [kind="normalizes_to", mapping="constructible", style=dashed];
  "sage.category.discrete_valuation_discretevaluationfields" -> "cat.discretevaluationfields" [kind="normalizes_to", mapping="constructible", style=dashed];
  "sage.category.discrete_valuation_discretevaluationrings" -> "cat.discretevaluationrings" [kind="normalizes_to", mapping="constructible", style=dashed];
  "sage.category.distributive_magmas_and_additive_magmas_distributivemagmasandadditivemagmas" -> "cat.magmaswithtwooperations" [kind="normalizes_to", mapping="constructible", style=dashed];
  "sage.category.division_rings_divisionrings" -> "cat.division_rings" [kind="normalizes_to", mapping="constructible", style=dashed];
  "sage.category.domains_domains" -> "cat.domains" [kind="normalizes_to", mapping="constructible", style=dashed];
  "sage.category.drinfeld_modules_drinfeldmodules" -> "cat.drinfeldmodules_gamma_f_q_t_k" [kind="normalizes_to", mapping="exact", style=dashed];
  "sage.category.enumerated_sets_enumeratedsets" -> "cat.sets" [kind="normalizes_to", mapping="constructible", style=dashed];
  "sage.category.euclidean_domains_euclideandomains" -> "cat.euclidean_domains" [kind="normalizes_to", mapping="constructible", style=dashed];
  "sage.category.facade_sets_facadesets" -> "val.subobjects_sets" [kind="normalizes_to", mapping="exact", style=dashed];
  "sage.category.fields_fields" -> "cat.fields" [kind="normalizes_to", mapping="constructible", style=dashed];
  "sage.category.filtered_algebras_filteredalgebras" -> "cat.associativeunitalalgebras_r" [kind="normalizes_to", mapping="constructible", style=dashed];
  "sage.category.filtered_algebras_with_basis_filteredalgebraswithbasis" -> "cat.associativeunitalalgebras_r" [kind="normalizes_to", mapping="constructible", style=dashed];
  "sage.category.filtered_hopf_algebras_with_basis_filteredhopfalgebraswithbasis" -> "cat.hopfalgebras_r" [kind="normalizes_to", mapping="constructible", style=dashed];
  "sage.category.filtered_modules_filteredmodules" -> "cat.bimodules_r_r" [kind="normalizes_to", mapping="constructible", style=dashed];
  "sage.category.filtered_modules_with_basis_filteredmoduleswithbasis" -> "cat.bimodules_r_r" [kind="normalizes_to", mapping="constructible", style=dashed];
  "sage.category.finite_complex_reflection_groups_finitecomplexreflectiongroups" -> "cat.complexreflectiongroups" [kind="normalizes_to", mapping="constructible", style=dashed];
  "sage.category.finite_coxeter_groups_finitecoxetergroups" -> "cat.coxetergroups" [kind="normalizes_to", mapping="constructible", style=dashed];
  "sage.category.finite_crystals_finitecrystals" -> "cat.crystals" [kind="normalizes_to", mapping="constructible", style=dashed];
  "sage.category.finite_dimensional_algebras_with_basis_finitedimensionalalgebraswithbasis" -> "cat.associativeunitalalgebras_r" [kind="normalizes_to", mapping="constructible", style=dashed];
  "sage.category.finite_dimensional_graded_lie_algebras_with_basis_finitedimensionalgradedliealgebraswithbasis" -> "cat.liealgebras_r" [kind="normalizes_to", mapping="constructible", style=dashed];
  "sage.category.finite_dimensional_hopf_algebras_with_basis_finitedimensionalhopfalgebraswithbasis" -> "cat.hopfalgebras_r" [kind="normalizes_to", mapping="constructible", style=dashed];
  "sage.category.finite_dimensional_lie_algebras_with_basis_finitedimensionalliealgebraswithbasis" -> "cat.liealgebras_r" [kind="normalizes_to", mapping="constructible", style=dashed];
  "sage.category.finite_dimensional_modules_with_basis_finitedimensionalmoduleswithbasis" -> "cat.bimodules_r_r" [kind="normalizes_to", mapping="constructible", style=dashed];
  "sage.category.finite_dimensional_nilpotent_lie_algebras_with_basis_finitedimensionalnilpotentliealgebraswithbasis" -> "cat.liealgebras_r" [kind="normalizes_to", mapping="constructible", style=dashed];
  "sage.category.finite_dimensional_semisimple_algebras_with_basis_finitedimensionalsemisimplealgebraswithbasis" -> "cat.semisimplealgebras_r" [kind="normalizes_to", mapping="constructible", style=dashed];
  "sage.category.finite_enumerated_sets_finiteenumeratedsets" -> "cat.sets" [kind="normalizes_to", mapping="constructible", style=dashed];
  "sage.category.finite_fields_finitefields" -> "cat.finite_fields" [kind="normalizes_to", mapping="constructible", style=dashed];
  "sage.category.finite_groups_finitegroups" -> "cat.groups" [kind="normalizes_to", mapping="constructible", style=dashed];
  "sage.category.finite_lattice_posets_finitelatticeposets" -> "cat.latticeposets" [kind="normalizes_to", mapping="constructible", style=dashed];
  "sage.category.finite_monoids_finitemonoids" -> "cat.monoids" [kind="normalizes_to", mapping="constructible", style=dashed];
  "sage.category.finite_permutation_groups_finitepermutationgroups" -> "cat.permutationgroups" [kind="normalizes_to", mapping="constructible", style=dashed];
  "sage.category.finite_posets_finiteposets" -> "cat.posets" [kind="normalizes_to", mapping="constructible", style=dashed];
  "sage.category.finite_semigroups_finitesemigroups" -> "cat.semigroups" [kind="normalizes_to", mapping="constructible", style=dashed];
  "sage.category.finite_sets_finitesets" -> "clf.sets.finite.domain" [kind="normalizes_to", mapping="constructible", style=dashed];
  "sage.category.finite_weyl_groups_finiteweylgroups" -> "cat.weylgroups" [kind="normalizes_to", mapping="constructible", style=dashed];
  "sage.category.finitely_generated_lambda_bracket_algebras_finitelygeneratedlambdabracketalgebras" -> "cat.lambdabracketalgebras_r" [kind="normalizes_to", mapping="constructible", style=dashed];
  "sage.category.finitely_generated_lie_conformal_algebras_finitelygeneratedlieconformalalgebras" -> "cat.lieconformalalgebras_r" [kind="normalizes_to", mapping="constructible", style=dashed];
  "sage.category.finitely_generated_magmas_finitelygeneratedmagmas" -> "cat.magmas" [kind="normalizes_to", mapping="constructible", style=dashed];
  "sage.category.finitely_generated_semigroups_finitelygeneratedsemigroups" -> "cat.semigroups" [kind="normalizes_to", mapping="constructible", style=dashed];
  "sage.category.function_fields_functionfields" -> "cat.fields" [kind="normalizes_to", mapping="constructible", style=dashed];
  "sage.category.g_sets_gsets" -> "cat.sets" [kind="normalizes_to", mapping="constructible", style=dashed];
  "sage.category.gcd_domains_gcddomains" -> "cat.gcd_domains" [kind="normalizes_to", mapping="constructible", style=dashed];
  "sage.category.generalized_coxeter_groups_generalizedcoxetergroups" -> "cat.generalizedcoxetergroups" [kind="normalizes_to", mapping="constructible", style=dashed];
  "sage.category.graded_algebras_gradedalgebras" -> "cat.algebras_r.graded" [kind="normalizes_to", mapping="constructible", style=dashed];
  "sage.category.graded_algebras_with_basis_gradedalgebraswithbasis" -> "cat.associativeunitalalgebras_r" [kind="normalizes_to", mapping="constructible", style=dashed];
  "sage.category.graded_coalgebras_gradedcoalgebras" -> "cat.coalgebras_r" [kind="normalizes_to", mapping="constructible", style=dashed];
  "sage.category.graded_coalgebras_with_basis_gradedcoalgebraswithbasis" -> "cat.coalgebras_r" [kind="normalizes_to", mapping="constructible", style=dashed];
  "sage.category.graded_hopf_algebras_with_basis_gradedhopfalgebraswithbasis" -> "cat.hopfalgebras_r" [kind="normalizes_to", mapping="constructible", style=dashed];
  "sage.category.graded_lie_algebras_gradedliealgebras" -> "cat.liealgebras_r" [kind="normalizes_to", mapping="constructible", style=dashed];
  "sage.category.graded_lie_algebras_with_basis_gradedliealgebraswithbasis" -> "cat.liealgebras_r" [kind="normalizes_to", mapping="constructible", style=dashed];
  "sage.category.graded_lie_conformal_algebras_gradedlieconformalalgebras" -> "cat.lieconformalalgebras_r" [kind="normalizes_to", mapping="constructible", style=dashed];
  "sage.category.graded_modules_gradedmodules" -> "cat.bimodules_r_r" [kind="normalizes_to", mapping="constructible", style=dashed];
  "sage.category.graded_modules_with_basis_gradedmoduleswithbasis" -> "cat.bimodules_r_r" [kind="normalizes_to", mapping="constructible", style=dashed];
  "sage.category.graphs_graphs" -> "cat.graphs" [kind="normalizes_to", mapping="exact", style=dashed];
  "sage.category.group_algebras_groupalgebras" -> "cat.groupalgebras_r" [kind="normalizes_to", mapping="exact", style=dashed];
  "sage.category.groupoid_groupoid" -> "cat.groupoidson_g" [kind="normalizes_to", mapping="exact", style=dashed];
  "sage.category.groups_groups" -> "cat.groups" [kind="normalizes_to", mapping="exact", style=dashed];
  "sage.category.h_trivial_semigroups_htrivialsemigroups" -> "cat.semigroups" [kind="normalizes_to", mapping="constructible", style=dashed];
  "sage.category.hecke_modules_heckemodules" -> "cat.modules_r" [kind="normalizes_to", mapping="constructible", style=dashed];
  "sage.category.highest_weight_crystals_highestweightcrystals" -> "cat.crystals" [kind="normalizes_to", mapping="constructible", style=dashed];
  "sage.category.homsets_homsets" -> "cat.homsets_c" [kind="normalizes_to", mapping="exact", style=dashed];
  "sage.category.hopf_algebras_hopfalgebras" -> "cat.hopfalgebras_r" [kind="normalizes_to", mapping="exact", style=dashed];
  "sage.category.hopf_algebras_with_basis_hopfalgebraswithbasis" -> "cat.hopfalgebras_r" [kind="normalizes_to", mapping="constructible", style=dashed];
  "sage.category.infinite_enumerated_sets_infiniteenumeratedsets" -> "cat.sets" [kind="normalizes_to", mapping="constructible", style=dashed];
  "sage.category.integral_domains_integraldomains" -> "cat.integral_domains" [kind="normalizes_to", mapping="constructible", style=dashed];
  "sage.category.j_trivial_semigroups_jtrivialsemigroups" -> "cat.semigroups" [kind="normalizes_to", mapping="constructible", style=dashed];
  "sage.category.kac_moody_algebras_kacmoodyalgebras" -> "cat.kacmoodyalgebras_r" [kind="normalizes_to", mapping="exact", style=dashed];
  "sage.category.kahler_algebras_kahleralgebras" -> "cat.associativeunitalalgebras_r" [kind="normalizes_to", mapping="constructible", style=dashed];
  "sage.category.l_trivial_semigroups_ltrivialsemigroups" -> "cat.semigroups" [kind="normalizes_to", mapping="constructible", style=dashed];
  "sage.category.lambda_bracket_algebras_lambdabracketalgebras" -> "cat.lambdabracketalgebras_r" [kind="normalizes_to", mapping="exact", style=dashed];
  "sage.category.lambda_bracket_algebras_with_basis_lambdabracketalgebraswithbasis" -> "cat.lambdabracketalgebras_r" [kind="normalizes_to", mapping="constructible", style=dashed];
  "sage.category.lattice_posets_distributivelattices" -> "cat.latticeposets" [kind="normalizes_to", mapping="constructible", style=dashed];
  "sage.category.lattice_posets_latticeposets" -> "cat.latticeposets" [kind="normalizes_to", mapping="constructible", style=dashed];
  "sage.category.left_modules_leftmodules" -> "cat.modules_r" [kind="normalizes_to", mapping="presentation_alias", style=dashed];
  "sage.category.lie_algebras_liealgebras" -> "cat.liealgebras_r" [kind="normalizes_to", mapping="exact", style=dashed];
  "sage.category.lie_algebras_with_basis_liealgebraswithbasis" -> "cat.liealgebras_r" [kind="normalizes_to", mapping="constructible", style=dashed];
  "sage.category.lie_conformal_algebras_lieconformalalgebras" -> "cat.lieconformalalgebras_r" [kind="normalizes_to", mapping="exact", style=dashed];
  "sage.category.lie_conformal_algebras_with_basis_lieconformalalgebraswithbasis" -> "cat.lieconformalalgebras_r" [kind="normalizes_to", mapping="constructible", style=dashed];
  "sage.category.lie_groups_liegroups" -> "cat.liegroups" [kind="normalizes_to", mapping="exact", style=dashed];
  "sage.category.loop_crystals_kirillovreshetikhincrystals" -> "cat.loopcrystals" [kind="normalizes_to", mapping="constructible", style=dashed];
  "sage.category.loop_crystals_loopcrystals" -> "cat.loopcrystals" [kind="normalizes_to", mapping="exact", style=dashed];
  "sage.category.loop_crystals_regularloopcrystals" -> "cat.loopcrystals" [kind="normalizes_to", mapping="constructible", style=dashed];
  "sage.category.magmas_magmas" -> "cat.magmas" [kind="normalizes_to", mapping="exact", style=dashed];
  "sage.category.magmas_and_additive_magmas_magmasandadditivemagmas" -> "cat.magmaswithtwooperations" [kind="normalizes_to", mapping="exact", style=dashed];
  "sage.category.magmatic_algebras_magmaticalgebras" -> "cat.algebras_r" [kind="normalizes_to", mapping="exact", style=dashed];
  "sage.category.manifolds_complexmanifolds" -> "cat.manifolds" [kind="normalizes_to", mapping="constructible", style=dashed];
  "sage.category.manifolds_manifolds" -> "cat.manifolds" [kind="normalizes_to", mapping="exact", style=dashed];
  "sage.category.matrix_algebras_matrixalgebras" -> "cat.associativeunitalalgebras_k" [kind="normalizes_to", mapping="constructible", style=dashed];
  "sage.category.metric_spaces_metricspaces" -> "cat.metricspaces" [kind="normalizes_to", mapping="constructible", style=dashed];
  "sage.category.modular_abelian_varieties_modularabelianvarieties" -> "cat.abelianvarieties_k" [kind="normalizes_to", mapping="constructible", style=dashed];
  "sage.category.modules_modules" -> "cat.bimodules_r_r" [kind="normalizes_to", mapping="exact", style=dashed];
  "sage.category.modules_with_basis_moduleswithbasis" -> "cat.modules_with_basis" [kind="normalizes_to", mapping="constructible", style=dashed];
  "sage.category.monoids_monoids" -> "cat.monoids" [kind="normalizes_to", mapping="exact", style=dashed];
  "sage.category.noetherian_rings_noetherianrings" -> "cat.commutativerings" [kind="normalizes_to", mapping="constructible", style=dashed];
  "sage.category.number_fields_numberfields" -> "cat.fields" [kind="normalizes_to", mapping="constructible", style=dashed];
  "sage.category.objects_objects" -> "val.coslices_cat_1" [kind="normalizes_to", mapping="exact", style=dashed];
  "sage.category.ore_modules_oremodules" -> "cat.modules_r" [kind="normalizes_to", mapping="constructible", style=dashed];
  "sage.category.partially_ordered_monoids_partiallyorderedmonoids" -> "cat.monoids" [kind="normalizes_to", mapping="constructible", style=dashed];
  "sage.category.permutation_groups_permutationgroups" -> "cat.permutationgroups" [kind="normalizes_to", mapping="constructible", style=dashed];
  "sage.category.pointed_sets_pointedsets" -> "cat.sets" [kind="normalizes_to", mapping="constructible", style=dashed];
  "sage.category.polyhedra_polyhedralsets" -> "cat.polyhedra_r" [kind="normalizes_to", mapping="exact", style=dashed];
  "sage.category.posets_posets" -> "cat.posets" [kind="normalizes_to", mapping="exact", style=dashed];
  "sage.category.principal_ideal_domains_principalidealdomains" -> "cat.pids" [kind="normalizes_to", mapping="constructible", style=dashed];
  "sage.category.quantum_group_representations_quantumgrouprepresentations" -> "cat.modules_r" [kind="normalizes_to", mapping="constructible", style=dashed];
  "sage.category.quotient_fields_quotientfields" -> "cat.fields" [kind="normalizes_to", mapping="constructible", style=dashed];
  "sage.category.r_trivial_semigroups_rtrivialsemigroups" -> "cat.semigroups" [kind="normalizes_to", mapping="constructible", style=dashed];
  "sage.category.regular_crystals_regularcrystals" -> "cat.crystals" [kind="normalizes_to", mapping="constructible", style=dashed];
  "sage.category.regular_supercrystals_regularsupercrystals" -> "cat.supercrystals" [kind="normalizes_to", mapping="constructible", style=dashed];
  "sage.category.right_modules_rightmodules" -> "cat.right_modules_r" [kind="normalizes_to", mapping="exact", style=dashed];
  "sage.category.ring_ideals_ringideals" -> "cat.ringideals_r" [kind="normalizes_to", mapping="exact", style=dashed];
  "sage.category.rings_rings" -> "cat.rings" [kind="normalizes_to", mapping="exact", style=dashed];
  "sage.category.rngs_rngs" -> "cat.rngs" [kind="normalizes_to", mapping="exact", style=dashed];
  "sage.category.schemes_jacobians" -> "cat.abelianvarieties_k" [kind="normalizes_to", mapping="constructible", style=dashed];
  "sage.category.schemes_schemes" -> "cat.schemes_s" [kind="normalizes_to", mapping="exact", style=dashed];
  "sage.category.semigroups_semigroups" -> "cat.semigroups" [kind="normalizes_to", mapping="exact", style=dashed];
  "sage.category.semirings_semirings" -> "cat.semirings" [kind="normalizes_to", mapping="exact", style=dashed];
  "sage.category.semisimple_algebras_semisimplealgebras" -> "cat.semisimplealgebras_r" [kind="normalizes_to", mapping="constructible", style=dashed];
  "sage.category.sets_cat_sets" -> "cat.sets" [kind="normalizes_to", mapping="exact", style=dashed];
  "sage.category.sets_with_grading_setswithgrading" -> "clf.sets.graded.domain" [kind="normalizes_to", mapping="constructible", style=dashed];
  "sage.category.sets_with_partial_maps_setswithpartialmaps" -> "cat.setswithpartialmaps" [kind="normalizes_to", mapping="exact", style=dashed];
  "sage.category.shephard_groups_shephardgroups" -> "cat.generalizedcoxetergroups" [kind="normalizes_to", mapping="constructible", style=dashed];
  "sage.category.simplicial_complexes_simplicialcomplexes" -> "cat.simplicialcomplexes" [kind="normalizes_to", mapping="exact", style=dashed];
  "sage.category.simplicial_sets_simplicialsets" -> "cat.simplicialsets" [kind="normalizes_to", mapping="exact", style=dashed];
  "sage.category.super_algebras_superalgebras" -> "cat.associativeunitalalgebras_r" [kind="normalizes_to", mapping="constructible", style=dashed];
  "sage.category.super_algebras_with_basis_superalgebraswithbasis" -> "cat.associativeunitalalgebras_r" [kind="normalizes_to", mapping="constructible", style=dashed];
  "sage.category.super_hopf_algebras_with_basis_superhopfalgebraswithbasis" -> "cat.hopfalgebras_r" [kind="normalizes_to", mapping="constructible", style=dashed];
  "sage.category.super_lie_conformal_algebras_superlieconformalalgebras" -> "cat.lieconformalalgebras_r" [kind="normalizes_to", mapping="constructible", style=dashed];
  "sage.category.super_modules_supermodules" -> "cat.bimodules_r_r" [kind="normalizes_to", mapping="constructible", style=dashed];
  "sage.category.super_modules_with_basis_supermoduleswithbasis" -> "cat.bimodules_r_r" [kind="normalizes_to", mapping="constructible", style=dashed];
  "sage.category.supercommutative_algebras_supercommutativealgebras" -> "cat.superalgebras_r" [kind="normalizes_to", mapping="constructible", style=dashed];
  "sage.category.supercrystals_supercrystals" -> "cat.supercrystals" [kind="normalizes_to", mapping="constructible", style=dashed];
  "sage.category.topological_spaces_topologicalspaces" -> "cat.topologicalspaces" [kind="normalizes_to", mapping="exact", style=dashed];
  "sage.category.triangular_kac_moody_algebras_triangularkacmoodyalgebras" -> "cat.kacmoodyalgebras_r" [kind="normalizes_to", mapping="constructible", style=dashed];
  "sage.category.unique_factorization_domains_uniquefactorizationdomains" -> "cat.ufds" [kind="normalizes_to", mapping="constructible", style=dashed];
  "sage.category.unital_algebras_unitalalgebras" -> "cat.algebras_r" [kind="normalizes_to", mapping="constructible", style=dashed];
  "sage.category.vector_bundles_vectorbundles" -> "cat.vectorbundles_x_r" [kind="normalizes_to", mapping="exact", style=dashed];
  "sage.category.vector_spaces_vectorspaces" -> "cat.bimodules_k_k" [kind="normalizes_to", mapping="exact", style=dashed];
  "sage.category.weyl_groups_weylgroups" -> "cat.weylgroups" [kind="normalizes_to", mapping="constructible", style=dashed];
  "sage.category.with_axiom.vectorspaces.withbasis" -> "cat.bimodules_k_k" [kind="normalizes_to", mapping="constructible", style=dashed];
  "sage.category.with_axiom.unitalalgebras.withbasis" -> "cat.unital_algebras" [kind="normalizes_to", mapping="constructible", style=dashed];
  "sage.category.with_axiom.additivemagmas.additivecommutative" -> "cat.magmas" [kind="normalizes_to", mapping="constructible", style=dashed];
  "sage.category.with_axiom.monoids.commutative" -> "cat.monoids" [kind="normalizes_to", mapping="constructible", style=dashed];
  "sage.category.with_axiom.magmaticalgebras.withbasis.finitedimensional" -> "cat.algebras_r" [kind="normalizes_to", mapping="constructible", style=dashed];
  "sage.category.with_axiom.vectorspaces.finitedimensional" -> "cat.bimodules_k_k" [kind="normalizes_to", mapping="constructible", style=dashed];
  "sage.category.with_axiom.vectorspaces.withbasis.finitedimensional" -> "cat.bimodules_k_k" [kind="normalizes_to", mapping="constructible", style=dashed];
  "sage.category.with_axiom.commutativerings.finite" -> "cat.commutative_rings" [kind="normalizes_to", mapping="constructible", style=dashed];
  "sage.category.with_axiom.finitelygeneratedsemigroups.finite" -> "cat.semigroups" [kind="normalizes_to", mapping="constructible", style=dashed];
  "sage.category.with_axiom.posets.bounded" -> "cat.posets" [kind="normalizes_to", mapping="constructible", style=dashed];
  "sage.category.with_axiom.vectorspaces.graded" -> "cat.bimodules_k_k" [kind="normalizes_to", mapping="constructible", style=dashed];
  "sage.category.with_axiom.vectorspaces.withbasis.graded" -> "cat.bimodules_k_k" [kind="normalizes_to", mapping="constructible", style=dashed];
  "sage.category.with_axiom.coalgebras.filtered" -> "cat.coalgebras_r" [kind="normalizes_to", mapping="constructible", style=dashed];
  "sage.category.with_axiom.coalgebraswithbasis.filtered" -> "cat.coalgebras_r" [kind="normalizes_to", mapping="constructible", style=dashed];
  "sage.category.with_axiom.vectorspaces.filtered" -> "cat.bimodules_k_k" [kind="normalizes_to", mapping="constructible", style=dashed];
  "sage.category.with_axiom.vectorspaces.withbasis.filtered" -> "cat.bimodules_k_k" [kind="normalizes_to", mapping="constructible", style=dashed];
  "sage.category.with_axiom.magmas.unital.inverse" -> "cat.magmas" [kind="normalizes_to", mapping="constructible", style=dashed];
  "sage.category.with_axiom.sets.infinite" -> "cat.sets" [kind="normalizes_to", mapping="constructible", style=dashed];
  "sage.category.with_axiom.magmas.unital" -> "cat.magmas" [kind="normalizes_to", mapping="constructible", style=dashed];
+   "sage.category.with_axiom.distributivemagmasandadditivemagmas.additiveassociative.additivecommutative.additiveunital.associative" -> "cat.magmaswithtwooperations" [kind="normalizes_to", mapping="constructible", style=dashed];
}
